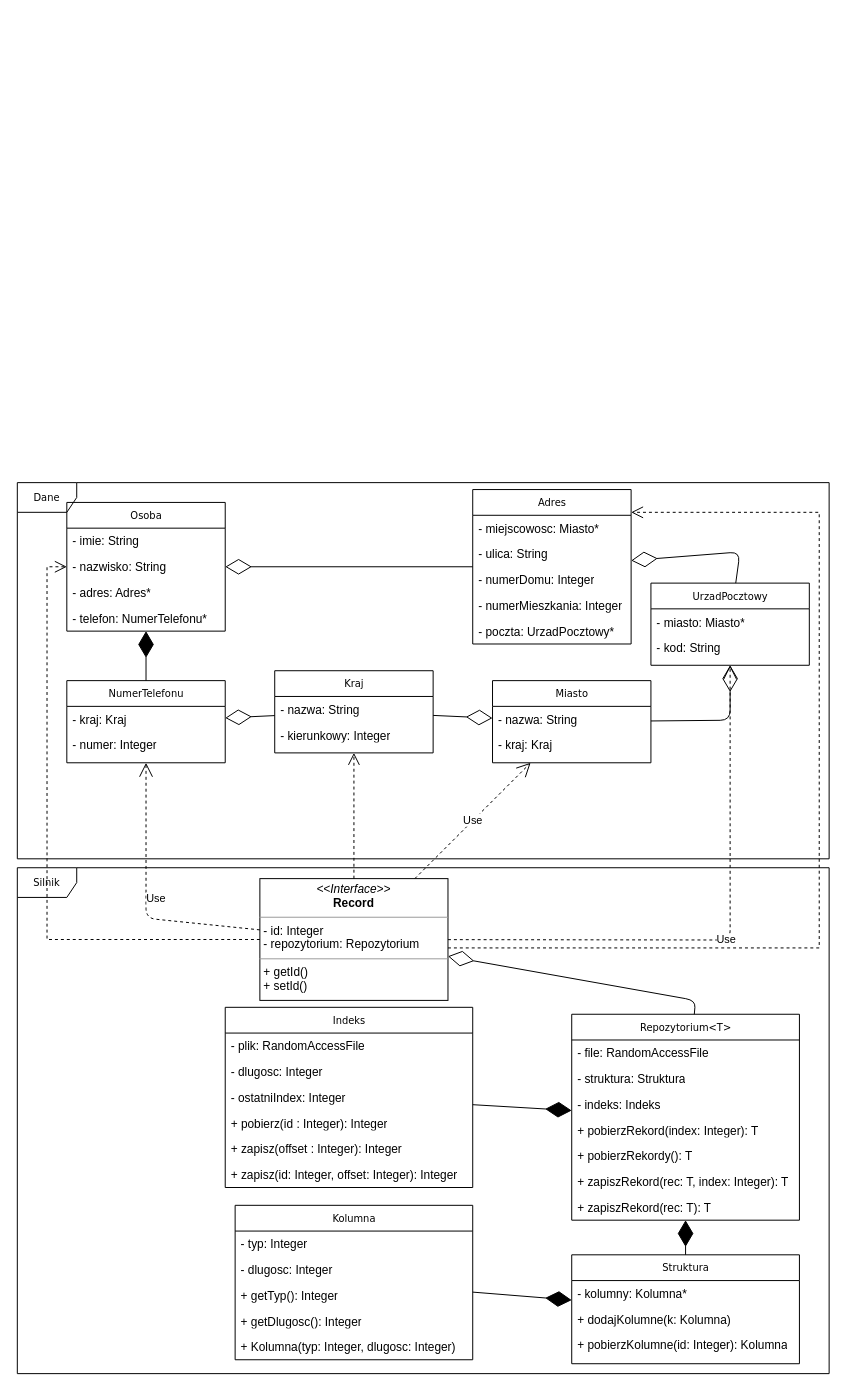
This is KsiazkaAdresowa.drawio from stachu3478/MyFirstJavaProject, a draw.io file, before an edit. Source tidied: cells renumbered, new cells numbered last; positions are measured from the earlier drawing's top-left corner, leaving out a move shared by most shapes. Both pictures are drawn from the tidied source at 99%, with x=0, y=0 at pixel (17, 482).
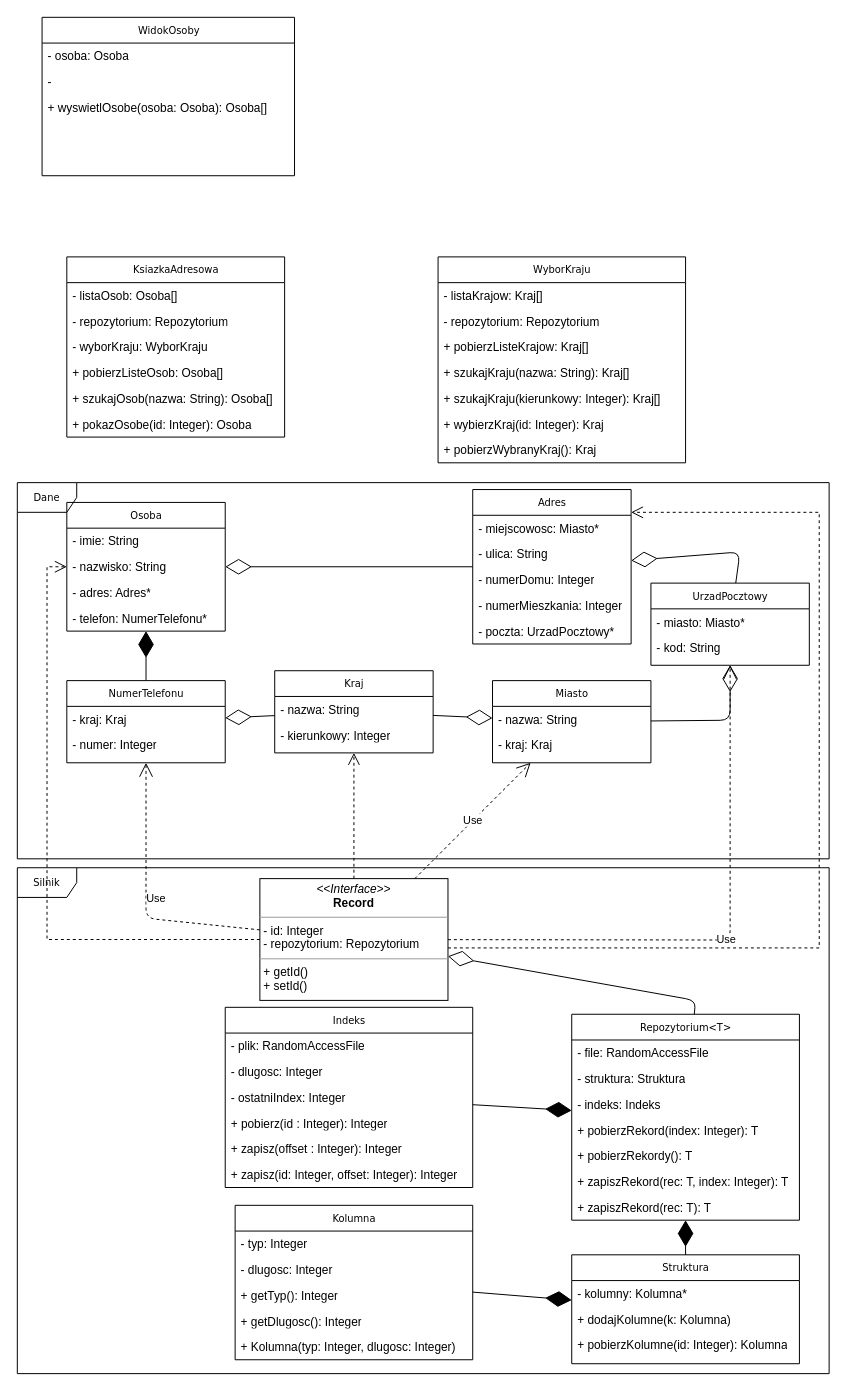
After the change.

Commit message (it also covers changes not shown here):
Updated class diagram

What changed in the source:
```diff
@@
+    <mxCell id="69" value="KsiazkaAdresowa" style="swimlane;html=1;fontStyle=0;horizontal=1;startSize=26;fillColor=none;swimlaneFillColor=#ffffff;rounded=0;shadow=0;comic=0;labelBackgroundColor=none;strokeWidth=1;fontFamily=Verdana;fontSize=10;align=center;" parent="1" vertex="1">
+      <mxGeometry x="50" y="-228" width="220" height="182" as="geometry" />
+    </mxCell>
+    <mxCell id="70" value="- listaOsob: Osoba[]" style="text;html=1;strokeColor=none;fillColor=none;align=left;verticalAlign=top;spacingLeft=4;spacingRight=4;whiteSpace=wrap;overflow=hidden;" parent="69" vertex="1">
+      <mxGeometry y="26" width="220" height="26" as="geometry" />
+    </mxCell>
+    <mxCell id="71" value="- repozytorium: Repozytorium" style="text;html=1;strokeColor=none;fillColor=none;align=left;verticalAlign=top;spacingLeft=4;spacingRight=4;whiteSpace=wrap;overflow=hidden;" parent="69" vertex="1">
+      <mxGeometry y="52" width="220" height="26" as="geometry" />
+    </mxCell>
+    <mxCell id="72" value="- wyborKraju: WyborKraju" style="text;html=1;strokeColor=none;fillColor=none;align=left;verticalAlign=top;spacingLeft=4;spacingRight=4;whiteSpace=wrap;overflow=hidden;" parent="69" vertex="1">
+      <mxGeometry y="78" width="220" height="26" as="geometry" />
+    </mxCell>
+    <mxCell id="73" value="+ pobierzListeOsob: Osoba[]" style="text;html=1;strokeColor=none;fillColor=none;align=left;verticalAlign=top;spacingLeft=4;spacingRight=4;whiteSpace=wrap;overflow=hidden;" parent="69" vertex="1">
+      <mxGeometry y="104" width="220" height="26" as="geometry" />
+    </mxCell>
+    <mxCell id="74" value="+ szukajOsob(nazwa: String): Osoba[]" style="text;html=1;strokeColor=none;fillColor=none;align=left;verticalAlign=top;spacingLeft=4;spacingRight=4;whiteSpace=wrap;overflow=hidden;" parent="69" vertex="1">
+      <mxGeometry y="130" width="220" height="26" as="geometry" />
+    </mxCell>
+    <mxCell id="75" value="+ pokazOsobe(id: Integer): Osoba" style="text;html=1;strokeColor=none;fillColor=none;align=left;verticalAlign=top;spacingLeft=4;spacingRight=4;whiteSpace=wrap;overflow=hidden;" parent="69" vertex="1">
+      <mxGeometry y="156" width="220" height="26" as="geometry" />
+    </mxCell>
+    <mxCell id="76" value="WyborKraju" style="swimlane;html=1;fontStyle=0;horizontal=1;startSize=26;fillColor=none;swimlaneFillColor=#ffffff;rounded=0;shadow=0;comic=0;labelBackgroundColor=none;strokeWidth=1;fontFamily=Verdana;fontSize=10;align=center;" parent="1" vertex="1">
+      <mxGeometry x="425" y="-228" width="250" height="208" as="geometry" />
+    </mxCell>
+    <mxCell id="77" value="- listaKrajow: Kraj[]" style="text;html=1;strokeColor=none;fillColor=none;align=left;verticalAlign=top;spacingLeft=4;spacingRight=4;whiteSpace=wrap;overflow=hidden;" parent="76" vertex="1">
+      <mxGeometry y="26" width="250" height="26" as="geometry" />
+    </mxCell>
+    <mxCell id="78" value="- repozytorium: Repozytorium" style="text;html=1;strokeColor=none;fillColor=none;align=left;verticalAlign=top;spacingLeft=4;spacingRight=4;whiteSpace=wrap;overflow=hidden;" parent="76" vertex="1">
+      <mxGeometry y="52" width="250" height="26" as="geometry" />
+    </mxCell>
+    <mxCell id="79" value="+ pobierzListeKrajow: Kraj[]" style="text;html=1;strokeColor=none;fillColor=none;align=left;verticalAlign=top;spacingLeft=4;spacingRight=4;whiteSpace=wrap;overflow=hidden;" parent="76" vertex="1">
+      <mxGeometry y="78" width="250" height="26" as="geometry" />
+    </mxCell>
+    <mxCell id="80" value="+ szukajKraju(nazwa: String): Kraj[]" style="text;html=1;strokeColor=none;fillColor=none;align=left;verticalAlign=top;spacingLeft=4;spacingRight=4;whiteSpace=wrap;overflow=hidden;" parent="76" vertex="1">
+      <mxGeometry y="104" width="250" height="26" as="geometry" />
+    </mxCell>
+    <mxCell id="81" value="+ szukajKraju(kierunkowy: Integer): Kraj[]" style="text;html=1;strokeColor=none;fillColor=none;align=left;verticalAlign=top;spacingLeft=4;spacingRight=4;whiteSpace=wrap;overflow=hidden;" parent="76" vertex="1">
+      <mxGeometry y="130" width="250" height="26" as="geometry" />
+    </mxCell>
+    <mxCell id="82" value="+ wybierzKraj(id: Integer): Kraj" style="text;html=1;strokeColor=none;fillColor=none;align=left;verticalAlign=top;spacingLeft=4;spacingRight=4;whiteSpace=wrap;overflow=hidden;" parent="76" vertex="1">
+      <mxGeometry y="156" width="250" height="26" as="geometry" />
+    </mxCell>
+    <mxCell id="83" value="+ pobierzWybranyKraj(): Kraj" style="text;html=1;strokeColor=none;fillColor=none;align=left;verticalAlign=top;spacingLeft=4;spacingRight=4;whiteSpace=wrap;overflow=hidden;" parent="76" vertex="1">
+      <mxGeometry y="182" width="250" height="26" as="geometry" />
+    </mxCell>
+    <mxCell id="84" value="WidokOsoby" style="swimlane;html=1;fontStyle=0;horizontal=1;startSize=26;fillColor=none;swimlaneFillColor=#ffffff;rounded=0;shadow=0;comic=0;labelBackgroundColor=none;strokeWidth=1;fontFamily=Verdana;fontSize=10;align=center;" parent="1" vertex="1">
+      <mxGeometry x="25" y="-470" width="255" height="160" as="geometry" />
+    </mxCell>
+    <mxCell id="85" value="- osoba: Osoba" style="text;html=1;strokeColor=none;fillColor=none;align=left;verticalAlign=top;spacingLeft=4;spacingRight=4;whiteSpace=wrap;overflow=hidden;" parent="84" vertex="1">
+      <mxGeometry y="26" width="255" height="26" as="geometry" />
+    </mxCell>
+    <mxCell id="86" value="-&amp;nbsp;" style="text;html=1;strokeColor=none;fillColor=none;align=left;verticalAlign=top;spacingLeft=4;spacingRight=4;whiteSpace=wrap;overflow=hidden;" parent="84" vertex="1">
+      <mxGeometry y="52" width="255" height="26" as="geometry" />
+    </mxCell>
+    <mxCell id="87" value="+ wyswietlOsobe(osoba: Osoba): Osoba[]" style="text;html=1;strokeColor=none;fillColor=none;align=left;verticalAlign=top;spacingLeft=4;spacingRight=4;whiteSpace=wrap;overflow=hidden;" parent="84" vertex="1">
+      <mxGeometry y="78" width="255" height="26" as="geometry" />
+    </mxCell>
```
